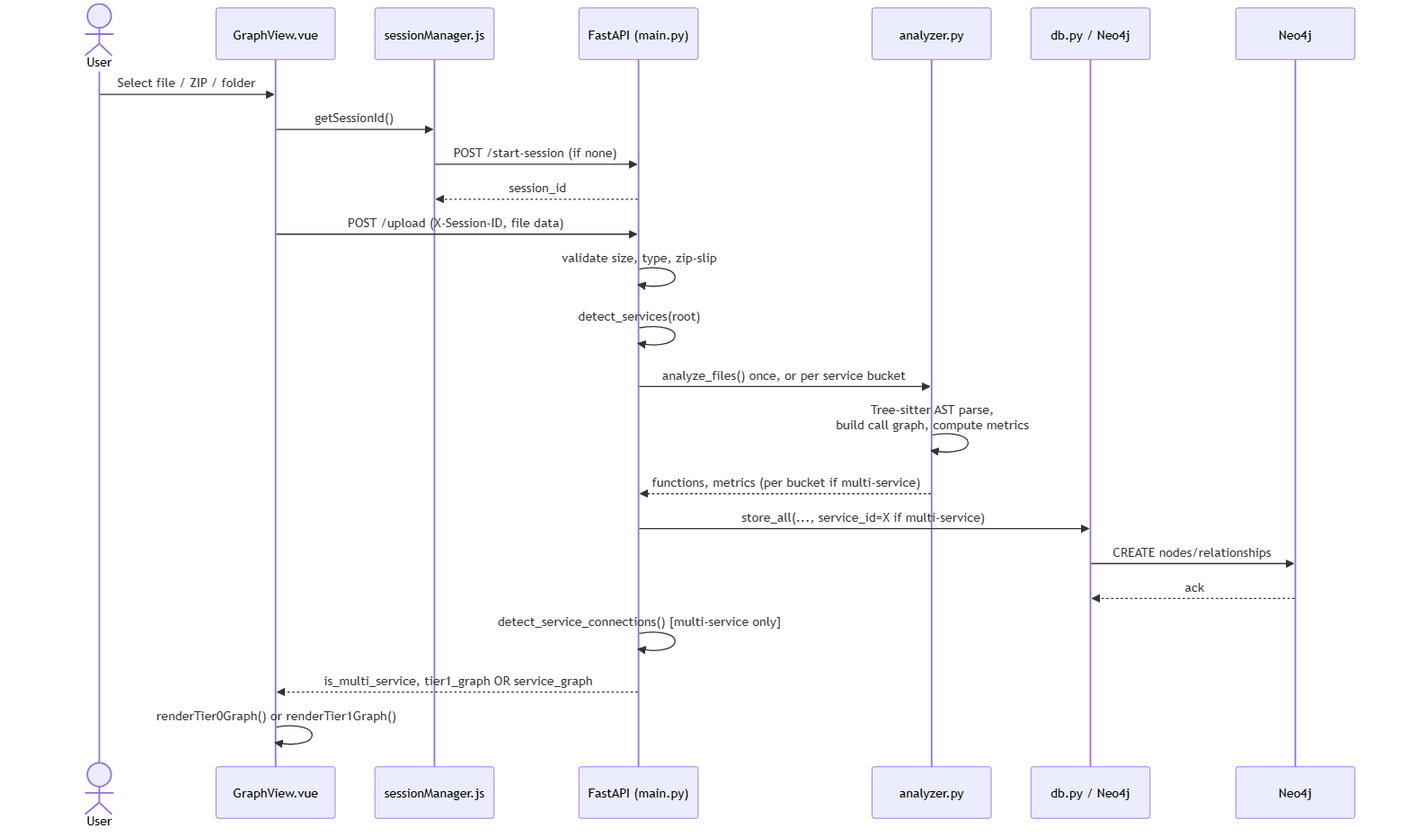
Above: srs_diagrams/diagram_06.png in farjanasarker/Code_Base_Visualisation (Mermaid), before the change. Its source is kept beside it as srs_diagrams/diagram_06.mmd.
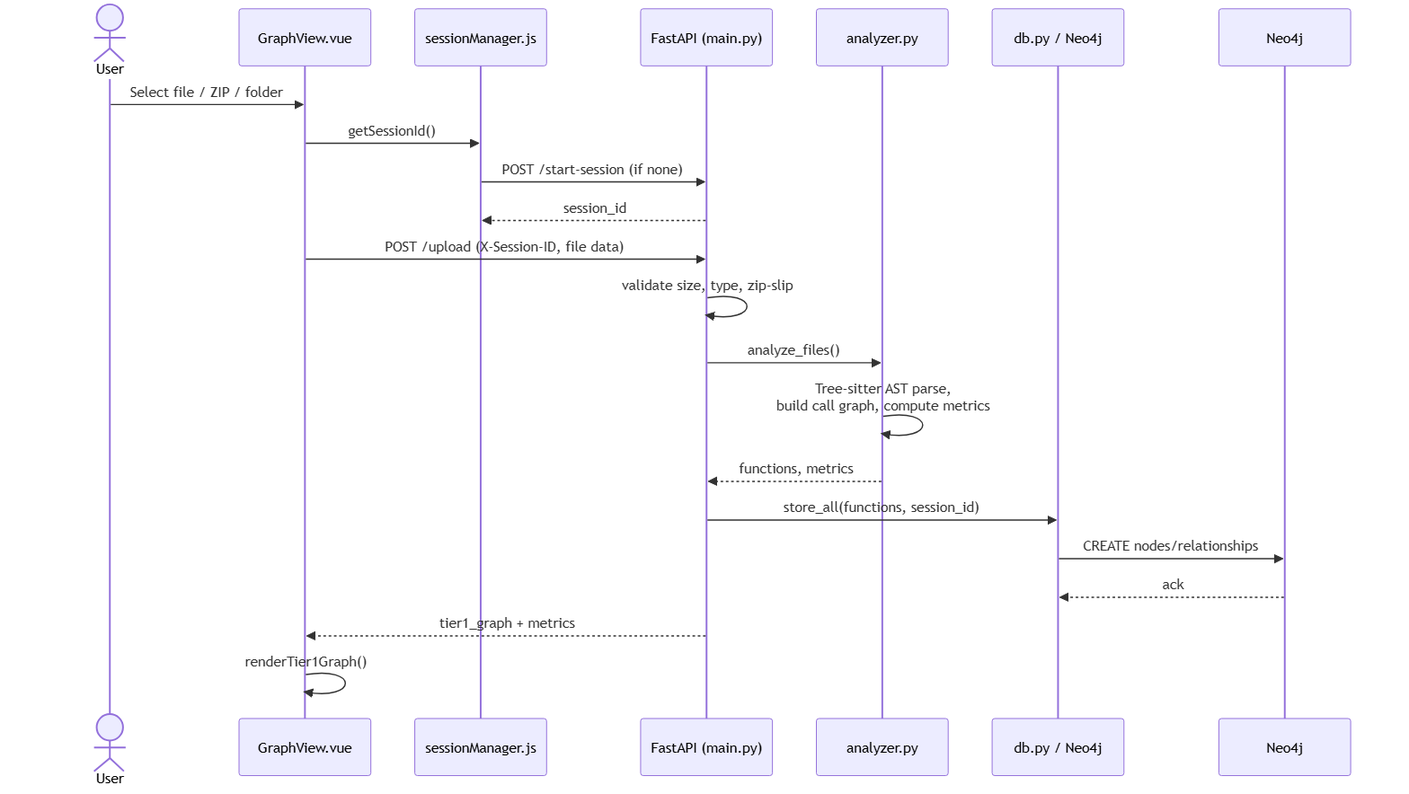
The same diagram one commit later.

What changed in the source:
```diff
@@ -12,13 +12,11 @@
     API-->>SM: session_id
     FE->>API: POST /upload (X-Session-ID, file data)
     API->>API: validate size, type, zip-slip
-    API->>API: detect_services(root)
-    API->>AN: analyze_files() once, or per service bucket
+    API->>AN: analyze_files()
     AN->>AN: Tree-sitter AST parse,<br/>build call graph, compute metrics
-    AN-->>API: functions, metrics (per bucket if multi-service)
-    API->>DB: store_all(..., service_id=X if multi-service)
+    AN-->>API: functions, metrics
+    API->>DB: store_all(functions, session_id)
     DB->>Neo4j: CREATE nodes/relationships
     Neo4j-->>DB: ack
-    API->>API: detect_service_connections() [multi-service only]
-    API-->>FE: is_multi_service, tier1_graph OR service_graph
-    FE->>FE: renderTier0Graph() or renderTier1Graph()
+    API-->>FE: tier1_graph + metrics
+    FE->>FE: renderTier1Graph()
```
